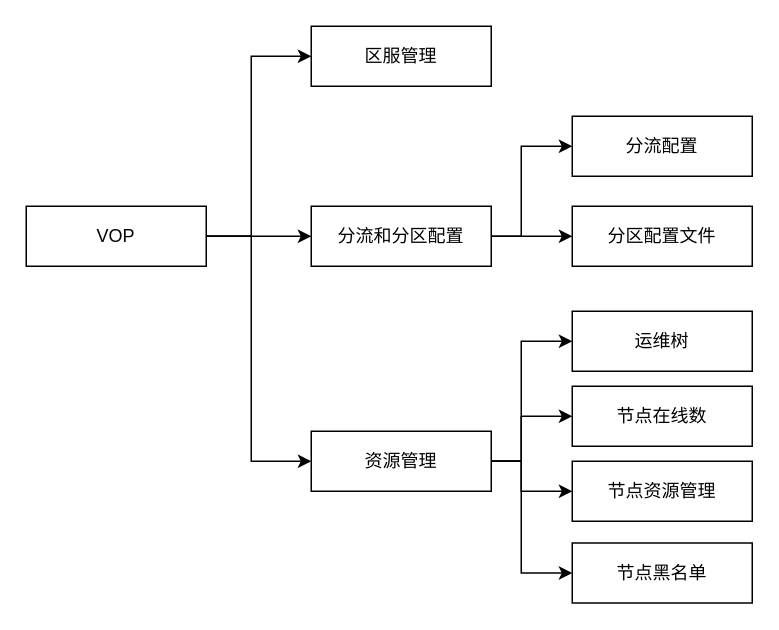
Besideme/besideme.github.io keeps this draw.io diagram as image/VOP.drawio. Above is the earlier version. Source tidied: cells renumbered, new cells numbered last; positions are measured from the earlier drawing's top-left corner, leaving out a move shared by most shapes. Both pictures are drawn from the tidied source at 150%, with x=0, y=0 at pixel (26, 26).
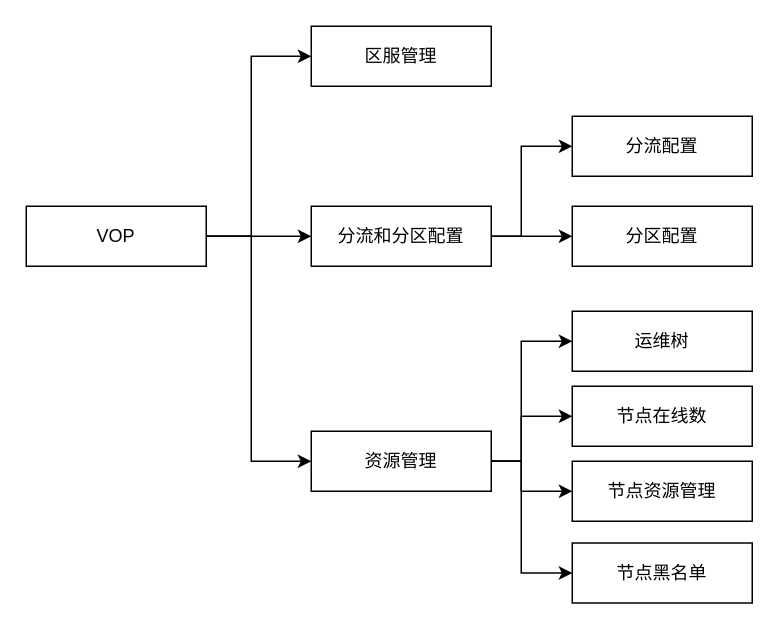
The same page after the edit.

The edit, as a diff of the source:
```diff
@@
-    <mxCell id="15" value="分区配置文件" style="rounded=0;whiteSpace=wrap;html=1;" parent="1" vertex="1">
+    <mxCell id="15" value="分区配置" style="rounded=0;whiteSpace=wrap;html=1;" parent="1" vertex="1">
       <mxGeometry x="364" y="120" width="120" height="40" as="geometry" />
     </mxCell>
```
